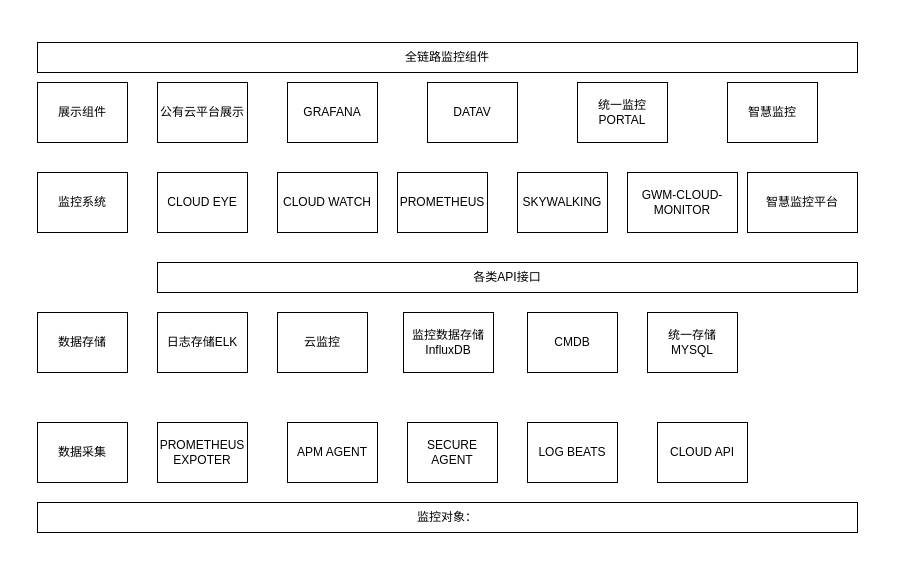
Above: 全链路监控.drawio in tengxiao/zabbix-report (draw.io), before the change. Source tidied: cells renumbered, new cells numbered last; positions are measured from the earlier drawing's top-left corner, leaving out a move shared by most shapes. Both pictures are drawn from the tidied source at 100%, with x=0, y=0 at pixel (37, 42). Pictures stored in the file or linked from it are replaced by grey dashed boxes.
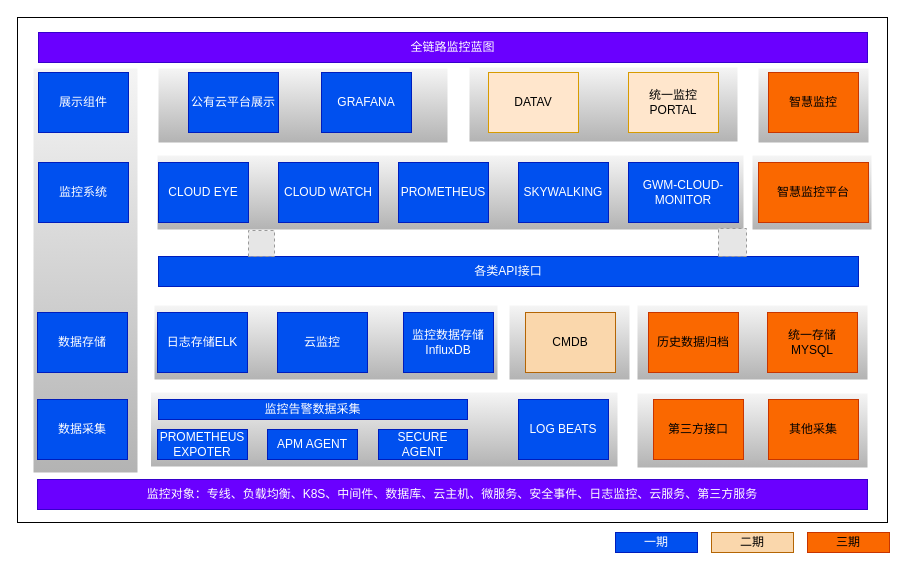
After the change.

Commit message:
更新全链路监控.drawio

Diff of the diagram source:
```diff
@@
+    <mxCell id="30" style="rounded=0;whiteSpace=wrap;html=1;" parent="1" vertex="1">
+      <mxGeometry x="-20" y="-25" width="870" height="505" as="geometry" />
+    </mxCell>
+    <mxCell id="31" style="rounded=0;whiteSpace=wrap;html=1;dashed=1;fillColor=#f5f5f5;gradientColor=#b3b3b3;strokeColor=none;" parent="1" vertex="1">
+      <mxGeometry x="600" y="351" width="230" height="74" as="geometry" />
+    </mxCell>
+    <mxCell id="32" style="rounded=0;whiteSpace=wrap;html=1;dashed=1;fillColor=#f5f5f5;gradientColor=#b3b3b3;strokeColor=none;" parent="1" vertex="1">
+      <mxGeometry x="113.5" y="350" width="466.5" height="74" as="geometry" />
+    </mxCell>
+    <mxCell id="33" style="rounded=0;whiteSpace=wrap;html=1;dashed=1;fillColor=#f5f5f5;gradientColor=#b3b3b3;strokeColor=none;" parent="1" vertex="1">
+      <mxGeometry x="600" y="263" width="230" height="74" as="geometry" />
+    </mxCell>
+    <mxCell id="34" style="rounded=0;whiteSpace=wrap;html=1;dashed=1;fillColor=#f5f5f5;gradientColor=#b3b3b3;strokeColor=none;" parent="1" vertex="1">
+      <mxGeometry x="472" y="263" width="120" height="74" as="geometry" />
+    </mxCell>
+    <mxCell id="35" style="rounded=0;whiteSpace=wrap;html=1;dashed=1;fillColor=#f5f5f5;gradientColor=#b3b3b3;strokeColor=none;" parent="1" vertex="1">
+      <mxGeometry x="117" y="263" width="343" height="74" as="geometry" />
+    </mxCell>
+    <mxCell id="36" style="rounded=0;whiteSpace=wrap;html=1;dashed=1;fillColor=#f5f5f5;gradientColor=#b3b3b3;strokeColor=none;" parent="1" vertex="1">
+      <mxGeometry x="715" y="113" width="119" height="74" as="geometry" />
+    </mxCell>
+    <mxCell id="37" style="rounded=0;whiteSpace=wrap;html=1;dashed=1;fillColor=#f5f5f5;gradientColor=#b3b3b3;strokeColor=none;" parent="1" vertex="1">
+      <mxGeometry x="120" y="113" width="586" height="74" as="geometry" />
+    </mxCell>
+    <mxCell id="38" style="rounded=0;whiteSpace=wrap;html=1;dashed=1;fillColor=#f5f5f5;gradientColor=#b3b3b3;strokeColor=none;" parent="1" vertex="1">
+      <mxGeometry x="721" y="26" width="110" height="74" as="geometry" />
+    </mxCell>
+    <mxCell id="39" style="rounded=0;whiteSpace=wrap;html=1;dashed=1;fillColor=#f5f5f5;gradientColor=#b3b3b3;strokeColor=none;" parent="1" vertex="1">
+      <mxGeometry x="432" y="25" width="268" height="74" as="geometry" />
+    </mxCell>
+    <mxCell id="40" style="rounded=0;whiteSpace=wrap;html=1;dashed=1;fillColor=#f5f5f5;gradientColor=#b3b3b3;strokeColor=none;" parent="1" vertex="1">
+      <mxGeometry x="121" y="26" width="289" height="74" as="geometry" />
+    </mxCell>
+    <mxCell id="41" style="rounded=0;whiteSpace=wrap;html=1;dashed=1;fillColor=#f5f5f5;gradientColor=#b3b3b3;strokeColor=none;" parent="1" vertex="1">
+      <mxGeometry x="-4" y="26" width="104" height="404" as="geometry" />
+    </mxCell>
-    <mxCell id="2" value="全链路监控组件" style="rounded=0;whiteSpace=wrap;html=1;" parent="1" vertex="1">
-      <mxGeometry width="820" height="30" as="geometry" />
+    <mxCell id="2" value="全链路监控蓝图" style="rounded=0;whiteSpace=wrap;html=1;fillColor=#6a00ff;strokeColor=#3700CC;fontColor=#ffffff;" parent="1" vertex="1">
+      <mxGeometry x="1" y="-10" width="829" height="30" as="geometry" />
     </mxCell>
-    <mxCell id="3" value="展示组件" style="rounded=0;whiteSpace=wrap;html=1;" parent="1" vertex="1">
-      <mxGeometry y="40" width="90" height="60" as="geometry" />
+    <mxCell id="3" value="展示组件" style="rounded=0;whiteSpace=wrap;html=1;fillColor=#0050ef;strokeColor=#001DBC;fontColor=#ffffff;" parent="1" vertex="1">
+      <mxGeometry x="1" y="30" width="90" height="60" as="geometry" />
     </mxCell>
-    <mxCell id="4" value="公有云平台展示" style="rounded=0;whiteSpace=wrap;html=1;" parent="1" vertex="1">
-      <mxGeometry x="120" y="40" width="90" height="60" as="geometry" />
+    <mxCell id="4" value="公有云平台展示" style="rounded=0;whiteSpace=wrap;html=1;fillColor=#0050ef;strokeColor=#001DBC;fontColor=#ffffff;" parent="1" vertex="1">
+      <mxGeometry x="151" y="30" width="90" height="60" as="geometry" />
     </mxCell>
-    <mxCell id="5" value="GRAFANA" style="rounded=0;whiteSpace=wrap;html=1;" parent="1" vertex="1">
-      <mxGeometry x="250" y="40" width="90" height="60" as="geometry" />
+    <mxCell id="5" value="GRAFANA" style="rounded=0;whiteSpace=wrap;html=1;fillColor=#0050ef;strokeColor=#001DBC;fontColor=#ffffff;" parent="1" vertex="1">
+      <mxGeometry x="284" y="30" width="90" height="60" as="geometry" />
     </mxCell>
-    <mxCell id="6" value="DATAV" style="rounded=0;whiteSpace=wrap;html=1;" parent="1" vertex="1">
-      <mxGeometry x="390" y="40" width="90" height="60" as="geometry" />
+    <mxCell id="6" value="DATAV" style="rounded=0;whiteSpace=wrap;html=1;fillColor=#ffe6cc;strokeColor=#d79b00;" parent="1" vertex="1">
+      <mxGeometry x="451" y="30" width="90" height="60" as="geometry" />
     </mxCell>
-    <mxCell id="7" value="统一监控PORTAL" style="rounded=0;whiteSpace=wrap;html=1;" parent="1" vertex="1">
-      <mxGeometry x="540" y="40" width="90" height="60" as="geometry" />
+    <mxCell id="7" value="统一监控PORTAL" style="rounded=0;whiteSpace=wrap;html=1;fillColor=#ffe6cc;strokeColor=#d79b00;" parent="1" vertex="1">
+      <mxGeometry x="591" y="30" width="90" height="60" as="geometry" />
     </mxCell>
-    <mxCell id="8" value="监控系统" style="rounded=0;whiteSpace=wrap;html=1;" parent="1" vertex="1">
-      <mxGeometry y="130" width="90" height="60" as="geometry" />
+    <mxCell id="8" value="监控系统" style="rounded=0;whiteSpace=wrap;html=1;fillColor=#0050ef;strokeColor=#001DBC;fontColor=#ffffff;" parent="1" vertex="1">
+      <mxGeometry x="1" y="120" width="90" height="60" as="geometry" />
     </mxCell>
-    <mxCell id="9" value="CLOUD EYE" style="rounded=0;whiteSpace=wrap;html=1;" parent="1" vertex="1">
-      <mxGeometry x="120" y="130" width="90" height="60" as="geometry" />
+    <mxCell id="9" value="CLOUD EYE" style="rounded=0;whiteSpace=wrap;html=1;fillColor=#0050ef;strokeColor=#001DBC;fontColor=#ffffff;" parent="1" vertex="1">
+      <mxGeometry x="121" y="120" width="90" height="60" as="geometry" />
     </mxCell>
-    <mxCell id="10" value="PROMETHEUS" style="rounded=0;whiteSpace=wrap;html=1;" parent="1" vertex="1">
-      <mxGeometry x="360" y="130" width="90" height="60" as="geometry" />
+    <mxCell id="10" value="PROMETHEUS" style="rounded=0;whiteSpace=wrap;html=1;fillColor=#0050ef;strokeColor=#001DBC;fontColor=#ffffff;" parent="1" vertex="1">
+      <mxGeometry x="361" y="120" width="90" height="60" as="geometry" />
     </mxCell>
-    <mxCell id="11" value="日志存储ELK" style="rounded=0;whiteSpace=wrap;html=1;" parent="1" vertex="1">
+    <mxCell id="11" value="日志存储ELK" style="rounded=0;whiteSpace=wrap;html=1;fillColor=#0050ef;strokeColor=#001DBC;fontColor=#ffffff;" parent="1" vertex="1">
       <mxGeometry x="120" y="270" width="90" height="60" as="geometry" />
     </mxCell>
-    <mxCell id="12" value="SKYWALKING" style="rounded=0;whiteSpace=wrap;html=1;" parent="1" vertex="1">
-      <mxGeometry x="480" y="130" width="90" height="60" as="geometry" />
+    <mxCell id="12" value="SKYWALKING" style="rounded=0;whiteSpace=wrap;html=1;fillColor=#0050ef;strokeColor=#001DBC;fontColor=#ffffff;" parent="1" vertex="1">
+      <mxGeometry x="481" y="120" width="90" height="60" as="geometry" />
     </mxCell>
-    <mxCell id="13" value="GWM-CLOUD-MONITOR" style="rounded=0;whiteSpace=wrap;html=1;" parent="1" vertex="1">
-      <mxGeometry x="590" y="130" width="110" height="60" as="geometry" />
+    <mxCell id="13" value="GWM-CLOUD-MONITOR" style="rounded=0;whiteSpace=wrap;html=1;fillColor=#0050ef;strokeColor=#001DBC;fontColor=#ffffff;" parent="1" vertex="1">
+      <mxGeometry x="591" y="120" width="110" height="60" as="geometry" />
     </mxCell>
-    <mxCell id="14" value="智慧监控平台" style="rounded=0;whiteSpace=wrap;html=1;" parent="1" vertex="1">
-      <mxGeometry x="710" y="130" width="110" height="60" as="geometry" />
+    <mxCell id="14" value="智慧监控平台" style="rounded=0;whiteSpace=wrap;html=1;fillColor=#fa6800;strokeColor=#C73500;fontColor=#000000;" parent="1" vertex="1">
+      <mxGeometry x="721" y="120" width="110" height="60" as="geometry" />
     </mxCell>
-    <mxCell id="15" value="数据存储" style="rounded=0;whiteSpace=wrap;html=1;" parent="1" vertex="1">
+    <mxCell id="15" value="数据存储" style="rounded=0;whiteSpace=wrap;html=1;fillColor=#0050ef;strokeColor=#001DBC;fontColor=#ffffff;" parent="1" vertex="1">
       <mxGeometry y="270" width="90" height="60" as="geometry" />
     </mxCell>
-    <mxCell id="16" value="统一存储MYSQL" style="rounded=0;whiteSpace=wrap;html=1;" parent="1" vertex="1">
-      <mxGeometry x="610" y="270" width="90" height="60" as="geometry" />
+    <mxCell id="16" value="统一存储MYSQL" style="rounded=0;whiteSpace=wrap;html=1;fillColor=#fa6800;strokeColor=#C73500;fontColor=#000000;" parent="1" vertex="1">
+      <mxGeometry x="730" y="270" width="90" height="60" as="geometry" />
     </mxCell>
-    <mxCell id="17" value="各类API接口" style="rounded=0;whiteSpace=wrap;html=1;" parent="1" vertex="1">
-      <mxGeometry x="120" y="220" width="700" height="30" as="geometry" />
+    <mxCell id="17" value="各类API接口" style="rounded=0;whiteSpace=wrap;html=1;fillColor=#0050ef;strokeColor=#001DBC;fontColor=#ffffff;" parent="1" vertex="1">
+      <mxGeometry x="121" y="214" width="700" height="30" as="geometry" />
     </mxCell>
-    <mxCell id="18" value="CLOUD WATCH" style="rounded=0;whiteSpace=wrap;html=1;" parent="1" vertex="1">
-      <mxGeometry x="240" y="130" width="100" height="60" as="geometry" />
+    <mxCell id="18" value="CLOUD WATCH" style="rounded=0;whiteSpace=wrap;html=1;fillColor=#0050ef;strokeColor=#001DBC;fontColor=#ffffff;" parent="1" vertex="1">
+      <mxGeometry x="241" y="120" width="100" height="60" as="geometry" />
     </mxCell>
-    <mxCell id="19" value="云监控" style="rounded=0;whiteSpace=wrap;html=1;" parent="1" vertex="1">
+    <mxCell id="19" value="云监控" style="rounded=0;whiteSpace=wrap;html=1;fillColor=#0050ef;strokeColor=#001DBC;fontColor=#ffffff;" parent="1" vertex="1">
       <mxGeometry x="240" y="270" width="90" height="60" as="geometry" />
     </mxCell>
-    <mxCell id="20" value="监控数据存储&lt;br&gt;InfluxDB" style="rounded=0;whiteSpace=wrap;html=1;" parent="1" vertex="1">
+    <mxCell id="20" value="监控数据存储&lt;br&gt;InfluxDB" style="rounded=0;whiteSpace=wrap;html=1;fillColor=#0050ef;strokeColor=#001DBC;fontColor=#ffffff;" parent="1" vertex="1">
       <mxGeometry x="366" y="270" width="90" height="60" as="geometry" />
     </mxCell>
-    <mxCell id="21" value="CMDB" style="rounded=0;whiteSpace=wrap;html=1;" parent="1" vertex="1">
-      <mxGeometry x="490" y="270" width="90" height="60" as="geometry" />
+    <mxCell id="21" value="CMDB" style="rounded=0;whiteSpace=wrap;html=1;fillColor=#fad7ac;strokeColor=#b46504;" parent="1" vertex="1">
+      <mxGeometry x="488" y="270" width="90" height="60" as="geometry" />
     </mxCell>
-    <mxCell id="22" value="数据采集" style="rounded=0;whiteSpace=wrap;html=1;" parent="1" vertex="1">
-      <mxGeometry y="380" width="90" height="60" as="geometry" />
+    <mxCell id="22" value="数据采集" style="rounded=0;whiteSpace=wrap;html=1;fillColor=#0050ef;strokeColor=#001DBC;fontColor=#ffffff;" parent="1" vertex="1">
+      <mxGeometry y="357" width="90" height="60" as="geometry" />
     </mxCell>
-    <mxCell id="23" value="PROMETHEUS&lt;br&gt;EXPOTER" style="rounded=0;whiteSpace=wrap;html=1;" parent="1" vertex="1">
-      <mxGeometry x="120" y="380" width="90" height="60" as="geometry" />
+    <mxCell id="23" value="PROMETHEUS&lt;br&gt;EXPOTER" style="rounded=0;whiteSpace=wrap;html=1;fillColor=#0050ef;strokeColor=#001DBC;fontColor=#ffffff;" parent="1" vertex="1">
+      <mxGeometry x="120" y="387" width="90" height="30" as="geometry" />
     </mxCell>
-    <mxCell id="24" value="APM AGENT" style="rounded=0;whiteSpace=wrap;html=1;" parent="1" vertex="1">
-      <mxGeometry x="250" y="380" width="90" height="60" as="geometry" />
+    <mxCell id="24" value="APM AGENT" style="rounded=0;whiteSpace=wrap;html=1;fillColor=#0050ef;strokeColor=#001DBC;fontColor=#ffffff;" parent="1" vertex="1">
+      <mxGeometry x="230" y="387" width="90" height="30" as="geometry" />
     </mxCell>
-    <mxCell id="25" value="SECURE AGENT" style="rounded=0;whiteSpace=wrap;html=1;" parent="1" vertex="1">
-      <mxGeometry x="370" y="380" width="90" height="60" as="geometry" />
+    <mxCell id="25" value="SECURE AGENT" style="rounded=0;whiteSpace=wrap;html=1;fillColor=#0050ef;strokeColor=#001DBC;fontColor=#ffffff;" parent="1" vertex="1">
+      <mxGeometry x="341" y="387" width="89" height="30" as="geometry" />
     </mxCell>
-    <mxCell id="26" value="LOG BEATS" style="rounded=0;whiteSpace=wrap;html=1;" parent="1" vertex="1">
-      <mxGeometry x="490" y="380" width="90" height="60" as="geometry" />
+    <mxCell id="26" value="LOG BEATS" style="rounded=0;whiteSpace=wrap;html=1;fillColor=#0050ef;strokeColor=#001DBC;fontColor=#ffffff;" parent="1" vertex="1">
+      <mxGeometry x="481" y="357" width="90" height="60" as="geometry" />
     </mxCell>
-    <mxCell id="27" value="智慧监控" style="rounded=0;whiteSpace=wrap;html=1;" parent="1" vertex="1">
-      <mxGeometry x="690" y="40" width="90" height="60" as="geometry" />
+    <mxCell id="27" value="智慧监控" style="rounded=0;whiteSpace=wrap;html=1;fillColor=#fa6800;strokeColor=#C73500;fontColor=#000000;" parent="1" vertex="1">
+      <mxGeometry x="731" y="30" width="90" height="60" as="geometry" />
     </mxCell>
-    <mxCell id="28" value="CLOUD API" style="rounded=0;whiteSpace=wrap;html=1;" parent="1" vertex="1">
-      <mxGeometry x="620" y="380" width="90" height="60" as="geometry" />
+    <mxCell id="28" value="第三方接口" style="rounded=0;whiteSpace=wrap;html=1;fillColor=#fa6800;strokeColor=#C73500;fontColor=#000000;" parent="1" vertex="1">
+      <mxGeometry x="616" y="357" width="90" height="60" as="geometry" />
     </mxCell>
-    <mxCell id="29" value="监控对象：" style="rounded=0;whiteSpace=wrap;html=1;" parent="1" vertex="1">
-      <mxGeometry y="460" width="820" height="30" as="geometry" />
+    <mxCell id="29" value="监控对象：专线、负载均衡、K8S、中间件、数据库、云主机、微服务、安全事件、日志监控、云服务、第三方服务" style="rounded=0;whiteSpace=wrap;html=1;fillColor=#6a00ff;strokeColor=#3700CC;fontColor=#ffffff;" parent="1" vertex="1">
+      <mxGeometry y="437" width="830" height="30" as="geometry" />
     </mxCell>
+    <mxCell id="42" style="fillColor=#E6E6E6;strokeColor=#999999;dashed=1;verticalLabelPosition=bottom;labelBackgroundColor=#ffffff;verticalAlign=top;rotation=-90;" parent="1" vertex="1">
+      <mxGeometry x="211" y="188" width="26" height="26" as="geometry" />
+    </mxCell>
+    <mxCell id="43" style="fillColor=#E6E6E6;strokeColor=#999999;dashed=1;verticalLabelPosition=bottom;labelBackgroundColor=#ffffff;verticalAlign=top;rotation=-90;" parent="1" vertex="1">
+      <mxGeometry x="681" y="186" width="28" height="28" as="geometry" />
+    </mxCell>
+    <mxCell id="44" value="监控告警数据采集" style="rounded=0;whiteSpace=wrap;html=1;fillColor=#0050ef;strokeColor=#001DBC;fontColor=#ffffff;" parent="1" vertex="1">
+      <mxGeometry x="121" y="357" width="309" height="20" as="geometry" />
+    </mxCell>
+    <mxCell id="45" value="其他采集" style="rounded=0;whiteSpace=wrap;html=1;fillColor=#fa6800;strokeColor=#C73500;fontColor=#000000;" parent="1" vertex="1">
+      <mxGeometry x="731" y="357" width="90" height="60" as="geometry" />
+    </mxCell>
+    <mxCell id="46" value="历史数据归档" style="rounded=0;whiteSpace=wrap;html=1;fillColor=#fa6800;strokeColor=#C73500;fontColor=#000000;" parent="1" vertex="1">
+      <mxGeometry x="611" y="270" width="90" height="60" as="geometry" />
+    </mxCell>
+    <mxCell id="47" value="一期" style="rounded=0;whiteSpace=wrap;html=1;fillColor=#0050ef;strokeColor=#001DBC;fontColor=#ffffff;" parent="1" vertex="1">
+      <mxGeometry x="578" y="490" width="82" height="20" as="geometry" />
+    </mxCell>
+    <mxCell id="48" value="二期" style="rounded=0;whiteSpace=wrap;html=1;fillColor=#fad7ac;strokeColor=#b46504;" parent="1" vertex="1">
+      <mxGeometry x="674" y="490" width="82" height="20" as="geometry" />
+    </mxCell>
+    <mxCell id="49" value="三期" style="rounded=0;whiteSpace=wrap;html=1;fillColor=#fa6800;strokeColor=#C73500;fontColor=#000000;" parent="1" vertex="1">
+      <mxGeometry x="770" y="490" width="82" height="20" as="geometry" />
+    </mxCell>
```
